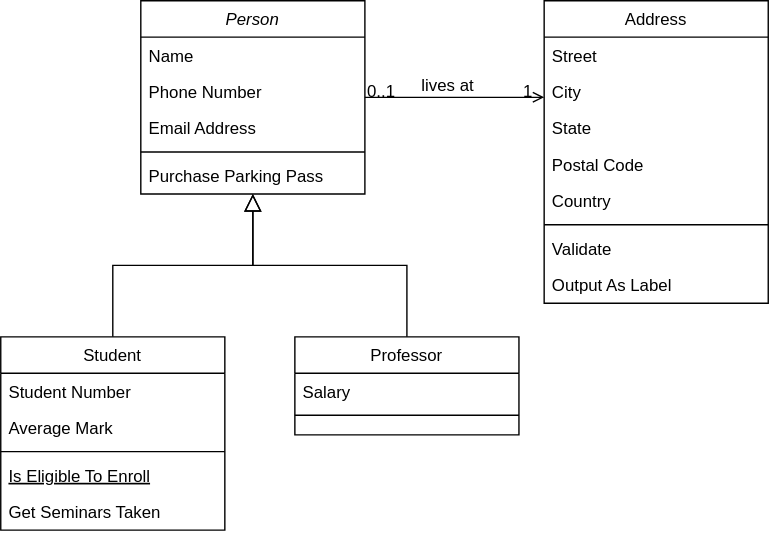
This is source/Untitled Diagram.svg from shimonevt/FSD-Project-2, a draw.io export, as it was before one commit. Source tidied: cells renumbered, new cells last; positions are measured from the earlier drawing's top-left corner, leaving out a move shared by most shapes. Source of this version:
```xml
<mxGraphModel>
  <root>
    <mxCell id="0" />
    <mxCell id="1" parent="0" />
    <mxCell id="2" value="Person" style="swimlane;fontStyle=2;align=center;verticalAlign=top;horizontal=1;startSize=26;rounded=0;shadow=0;strokeWidth=1;" parent="1" vertex="1">
      <mxGeometry x="100" width="160" height="138" as="geometry" />
    </mxCell>
    <mxCell id="3" value="Name" style="text;align=left;verticalAlign=top;spacingLeft=4;spacingRight=4;overflow=hidden;" parent="2" vertex="1">
      <mxGeometry y="26" width="160" height="26" as="geometry" />
    </mxCell>
    <mxCell id="4" value="Phone Number" style="text;align=left;verticalAlign=top;spacingLeft=4;spacingRight=4;overflow=hidden;rounded=0;shadow=0;html=0;" parent="2" vertex="1">
      <mxGeometry y="52" width="160" height="26" as="geometry" />
    </mxCell>
    <mxCell id="5" value="Email Address" style="text;align=left;verticalAlign=top;spacingLeft=4;spacingRight=4;overflow=hidden;rounded=0;shadow=0;html=0;" parent="2" vertex="1">
      <mxGeometry y="78" width="160" height="26" as="geometry" />
    </mxCell>
    <mxCell id="6" style="line;html=1;strokeWidth=1;align=left;verticalAlign=middle;spacingTop=-1;spacingLeft=3;spacingRight=3;labelPosition=right;" parent="2" vertex="1">
      <mxGeometry y="104" width="160" height="8" as="geometry" />
    </mxCell>
    <mxCell id="7" value="Purchase Parking Pass" style="text;align=left;verticalAlign=top;spacingLeft=4;spacingRight=4;overflow=hidden;" parent="2" vertex="1">
      <mxGeometry y="112" width="160" height="26" as="geometry" />
    </mxCell>
    <mxCell id="8" value="Student" style="swimlane;fontStyle=0;align=center;verticalAlign=top;horizontal=1;startSize=26;rounded=0;shadow=0;strokeWidth=1;" parent="1" vertex="1">
      <mxGeometry y="240" width="160" height="138" as="geometry" />
    </mxCell>
    <mxCell id="9" value="Student Number" style="text;align=left;verticalAlign=top;spacingLeft=4;spacingRight=4;overflow=hidden;" parent="8" vertex="1">
      <mxGeometry y="26" width="160" height="26" as="geometry" />
    </mxCell>
    <mxCell id="10" value="Average Mark" style="text;align=left;verticalAlign=top;spacingLeft=4;spacingRight=4;overflow=hidden;rounded=0;shadow=0;html=0;" parent="8" vertex="1">
      <mxGeometry y="52" width="160" height="26" as="geometry" />
    </mxCell>
    <mxCell id="11" style="line;html=1;strokeWidth=1;align=left;verticalAlign=middle;spacingTop=-1;spacingLeft=3;spacingRight=3;labelPosition=right;" parent="8" vertex="1">
      <mxGeometry y="78" width="160" height="8" as="geometry" />
    </mxCell>
    <mxCell id="12" value="Is Eligible To Enroll" style="text;align=left;verticalAlign=top;spacingLeft=4;spacingRight=4;overflow=hidden;fontStyle=4;" parent="8" vertex="1">
      <mxGeometry y="86" width="160" height="26" as="geometry" />
    </mxCell>
    <mxCell id="13" value="Get Seminars Taken" style="text;align=left;verticalAlign=top;spacingLeft=4;spacingRight=4;overflow=hidden;" parent="8" vertex="1">
      <mxGeometry y="112" width="160" height="26" as="geometry" />
    </mxCell>
    <mxCell id="14" style="endArrow=block;endSize=10;endFill=0;shadow=0;strokeWidth=1;rounded=0;edgeStyle=elbowEdgeStyle;elbow=vertical;" parent="1" edge="1" source="8" target="2">
      <mxGeometry relative="1" as="geometry" />
    </mxCell>
    <mxCell id="15" value="Professor" style="swimlane;fontStyle=0;align=center;verticalAlign=top;horizontal=1;startSize=26;rounded=0;shadow=0;strokeWidth=1;" parent="1" vertex="1">
      <mxGeometry x="210" y="240" width="160" height="70" as="geometry" />
    </mxCell>
    <mxCell id="16" value="Salary" style="text;align=left;verticalAlign=top;spacingLeft=4;spacingRight=4;overflow=hidden;" parent="15" vertex="1">
      <mxGeometry y="26" width="160" height="26" as="geometry" />
    </mxCell>
    <mxCell id="17" style="line;html=1;strokeWidth=1;align=left;verticalAlign=middle;spacingTop=-1;spacingLeft=3;spacingRight=3;labelPosition=right;" parent="15" vertex="1">
      <mxGeometry y="52" width="160" height="8" as="geometry" />
    </mxCell>
    <mxCell id="18" style="endArrow=block;endSize=10;endFill=0;shadow=0;strokeWidth=1;rounded=0;edgeStyle=elbowEdgeStyle;elbow=vertical;" parent="1" edge="1" source="15" target="2">
      <mxGeometry relative="1" as="geometry" />
    </mxCell>
    <mxCell id="19" value="Address" style="swimlane;fontStyle=0;align=center;verticalAlign=top;horizontal=1;startSize=26;rounded=0;shadow=0;strokeWidth=1;" parent="1" vertex="1">
      <mxGeometry x="388" width="160" height="216" as="geometry" />
    </mxCell>
    <mxCell id="20" value="Street" style="text;align=left;verticalAlign=top;spacingLeft=4;spacingRight=4;overflow=hidden;" parent="19" vertex="1">
      <mxGeometry y="26" width="160" height="26" as="geometry" />
    </mxCell>
    <mxCell id="21" value="City" style="text;align=left;verticalAlign=top;spacingLeft=4;spacingRight=4;overflow=hidden;rounded=0;shadow=0;html=0;" parent="19" vertex="1">
      <mxGeometry y="52" width="160" height="26" as="geometry" />
    </mxCell>
    <mxCell id="22" value="State" style="text;align=left;verticalAlign=top;spacingLeft=4;spacingRight=4;overflow=hidden;rounded=0;shadow=0;html=0;" parent="19" vertex="1">
      <mxGeometry y="78" width="160" height="26" as="geometry" />
    </mxCell>
    <mxCell id="23" value="Postal Code" style="text;align=left;verticalAlign=top;spacingLeft=4;spacingRight=4;overflow=hidden;rounded=0;shadow=0;html=0;" parent="19" vertex="1">
      <mxGeometry y="104" width="160" height="26" as="geometry" />
    </mxCell>
    <mxCell id="24" value="Country" style="text;align=left;verticalAlign=top;spacingLeft=4;spacingRight=4;overflow=hidden;rounded=0;shadow=0;html=0;" parent="19" vertex="1">
      <mxGeometry y="130" width="160" height="26" as="geometry" />
    </mxCell>
    <mxCell id="25" style="line;html=1;strokeWidth=1;align=left;verticalAlign=middle;spacingTop=-1;spacingLeft=3;spacingRight=3;labelPosition=right;" parent="19" vertex="1">
      <mxGeometry y="156" width="160" height="8" as="geometry" />
    </mxCell>
    <mxCell id="26" value="Validate" style="text;align=left;verticalAlign=top;spacingLeft=4;spacingRight=4;overflow=hidden;" parent="19" vertex="1">
      <mxGeometry y="164" width="160" height="26" as="geometry" />
    </mxCell>
    <mxCell id="27" value="Output As Label" style="text;align=left;verticalAlign=top;spacingLeft=4;spacingRight=4;overflow=hidden;" parent="19" vertex="1">
      <mxGeometry y="190" width="160" height="26" as="geometry" />
    </mxCell>
    <mxCell id="28" style="endArrow=open;shadow=0;strokeWidth=1;rounded=0;endFill=1;edgeStyle=elbowEdgeStyle;elbow=vertical;" parent="1" edge="1" source="2" target="19">
      <mxGeometry x="0.5" y="41" relative="1" as="geometry">
        <mxPoint x="-40" y="32" as="offset" />
      </mxGeometry>
    </mxCell>
    <mxCell id="29" value="0..1" style="align=left;verticalAlign=bottom;labelBackgroundColor=none;fontSize=12;" parent="28" vertex="1">
      <mxGeometry x="-1" relative="1" as="geometry">
        <mxPoint y="4" as="offset" />
      </mxGeometry>
    </mxCell>
    <mxCell id="30" value="1" style="align=right;verticalAlign=bottom;labelBackgroundColor=none;fontSize=12;" parent="28" vertex="1">
      <mxGeometry x="1" relative="1" as="geometry">
        <mxPoint x="-7" y="4" as="offset" />
      </mxGeometry>
    </mxCell>
    <mxCell id="31" value="lives at" style="text;html=1;align=center;verticalAlign=middle;labelBackgroundColor=none;rounded=0;shadow=0;strokeWidth=1;fontSize=12;" parent="28" vertex="1">
      <mxGeometry x="0.5" y="49" relative="1" as="geometry">
        <mxPoint x="-38" y="40" as="offset" />
      </mxGeometry>
    </mxCell>
  </root>
</mxGraphModel>
```
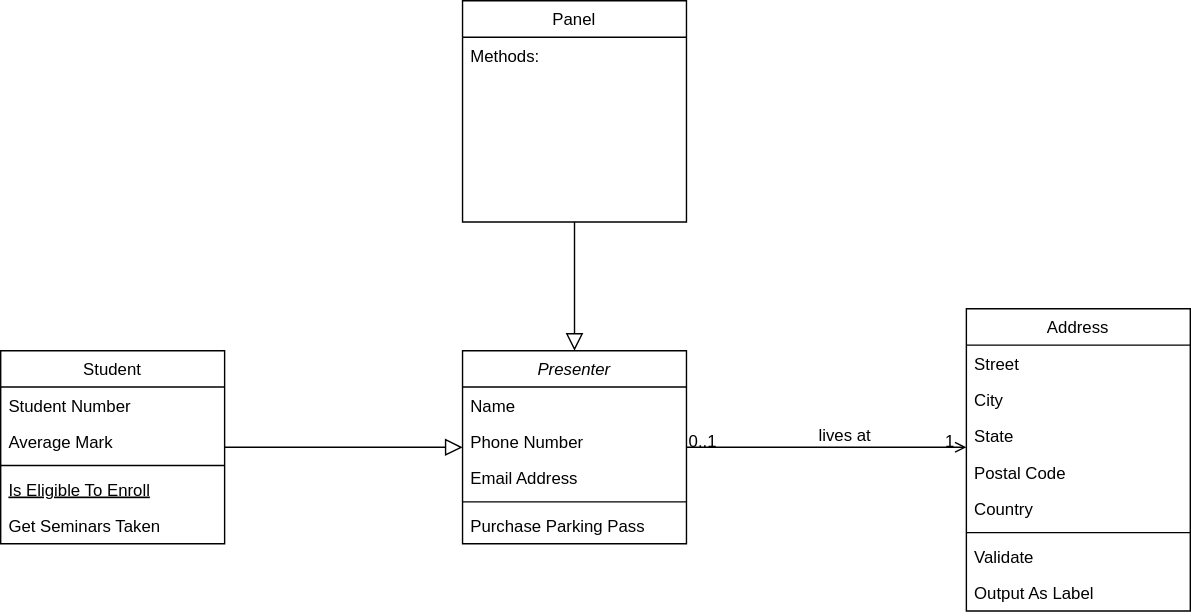
The same diagram one commit later.

The edit, as a diff of the source:
```diff
@@ -2,8 +2,8 @@
   <root>
     <mxCell id="0" />
     <mxCell id="1" parent="0" />
-    <mxCell id="2" value="Person" style="swimlane;fontStyle=2;align=center;verticalAlign=top;horizontal=1;startSize=26;rounded=0;shadow=0;strokeWidth=1;" parent="1" vertex="1">
-      <mxGeometry x="100" width="160" height="138" as="geometry" />
+    <mxCell id="2" value="Presenter" style="swimlane;fontStyle=2;align=center;verticalAlign=top;horizontal=1;startSize=26;rounded=0;shadow=0;strokeWidth=1;" parent="1" vertex="1">
+      <mxGeometry x="420" y="200" width="160" height="138" as="geometry" />
     </mxCell>
     <mxCell id="3" value="Name" style="text;align=left;verticalAlign=top;spacingLeft=4;spacingRight=4;overflow=hidden;" parent="2" vertex="1">
       <mxGeometry y="26" width="160" height="26" as="geometry" />
@@ -21,7 +21,7 @@
       <mxGeometry y="112" width="160" height="26" as="geometry" />
     </mxCell>
     <mxCell id="8" value="Student" style="swimlane;fontStyle=0;align=center;verticalAlign=top;horizontal=1;startSize=26;rounded=0;shadow=0;strokeWidth=1;" parent="1" vertex="1">
-      <mxGeometry y="240" width="160" height="138" as="geometry" />
+      <mxGeometry x="90" y="200" width="160" height="138" as="geometry" />
     </mxCell>
     <mxCell id="9" value="Student Number" style="text;align=left;verticalAlign=top;spacingLeft=4;spacingRight=4;overflow=hidden;" parent="8" vertex="1">
       <mxGeometry y="26" width="160" height="26" as="geometry" />
@@ -41,20 +41,17 @@
     <mxCell id="14" style="endArrow=block;endSize=10;endFill=0;shadow=0;strokeWidth=1;rounded=0;edgeStyle=elbowEdgeStyle;elbow=vertical;" parent="1" edge="1" source="8" target="2">
       <mxGeometry relative="1" as="geometry" />
     </mxCell>
-    <mxCell id="15" value="Professor" style="swimlane;fontStyle=0;align=center;verticalAlign=top;horizontal=1;startSize=26;rounded=0;shadow=0;strokeWidth=1;" parent="1" vertex="1">
-      <mxGeometry x="210" y="240" width="160" height="70" as="geometry" />
+    <mxCell id="15" value="Panel" style="swimlane;fontStyle=0;align=center;verticalAlign=top;horizontal=1;startSize=26;rounded=0;shadow=0;strokeWidth=1;" parent="1" vertex="1">
+      <mxGeometry x="420" y="-50" width="160" height="158" as="geometry" />
     </mxCell>
-    <mxCell id="16" value="Salary" style="text;align=left;verticalAlign=top;spacingLeft=4;spacingRight=4;overflow=hidden;" parent="15" vertex="1">
-      <mxGeometry y="26" width="160" height="26" as="geometry" />
+    <mxCell id="16" value="Methods:&#10;" style="text;align=left;verticalAlign=top;spacingLeft=4;spacingRight=4;overflow=hidden;" parent="15" vertex="1">
+      <mxGeometry y="26" width="160" height="124" as="geometry" />
     </mxCell>
-    <mxCell id="17" style="line;html=1;strokeWidth=1;align=left;verticalAlign=middle;spacingTop=-1;spacingLeft=3;spacingRight=3;labelPosition=right;" parent="15" vertex="1">
-      <mxGeometry y="52" width="160" height="8" as="geometry" />
-    </mxCell>
     <mxCell id="18" style="endArrow=block;endSize=10;endFill=0;shadow=0;strokeWidth=1;rounded=0;edgeStyle=elbowEdgeStyle;elbow=vertical;" parent="1" edge="1" source="15" target="2">
       <mxGeometry relative="1" as="geometry" />
     </mxCell>
     <mxCell id="19" value="Address" style="swimlane;fontStyle=0;align=center;verticalAlign=top;horizontal=1;startSize=26;rounded=0;shadow=0;strokeWidth=1;" parent="1" vertex="1">
-      <mxGeometry x="388" width="160" height="216" as="geometry" />
+      <mxGeometry x="780" y="170" width="160" height="216" as="geometry" />
     </mxCell>
     <mxCell id="20" value="Street" style="text;align=left;verticalAlign=top;spacingLeft=4;spacingRight=4;overflow=hidden;" parent="19" vertex="1">
       <mxGeometry y="26" width="160" height="26" as="geometry" />
```
